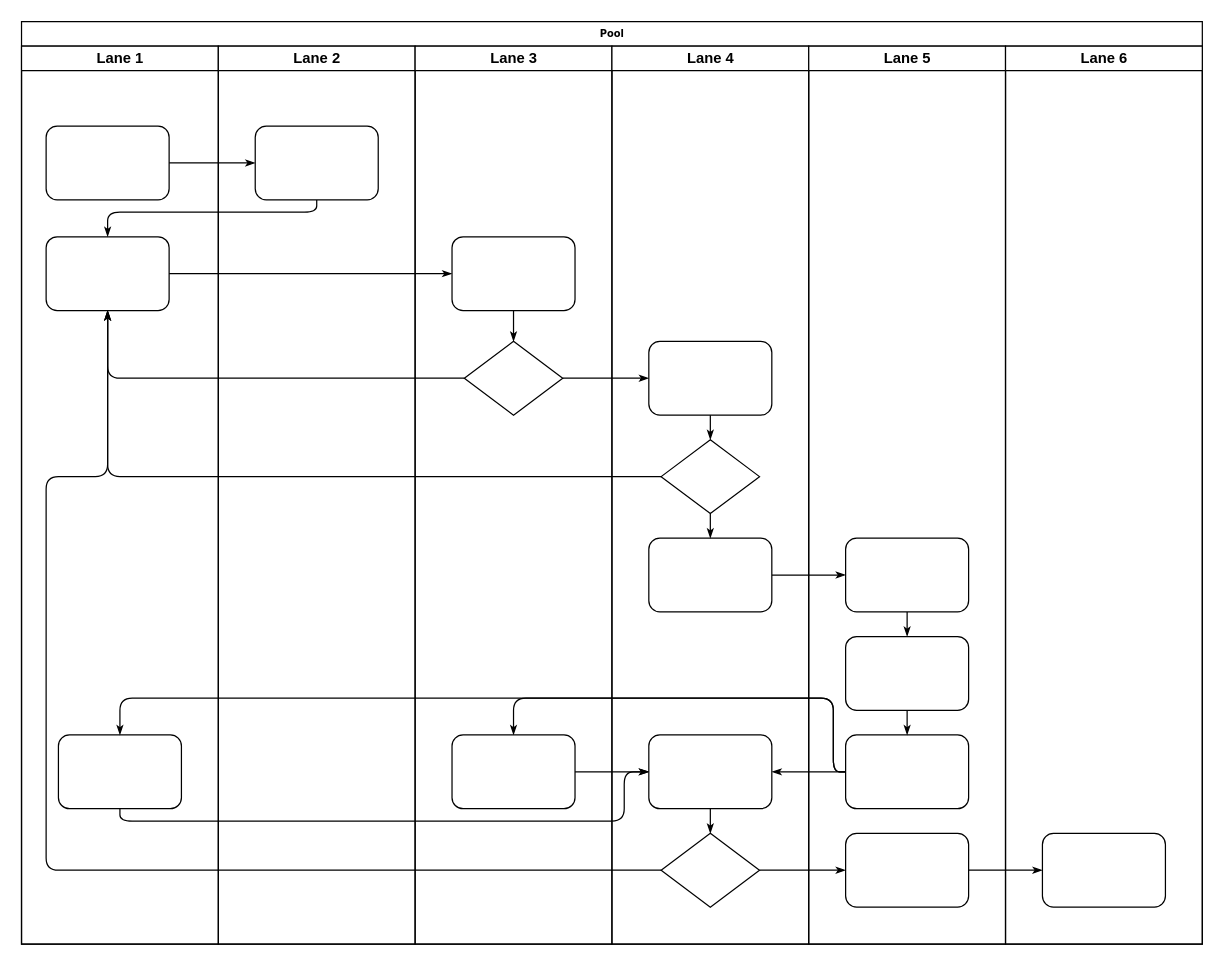
The draw.io diagram design/未命名表单.drawio in stephenYan/PPL, before the edit. Source tidied: cells renumbered, new cells numbered last; positions are measured from the earlier drawing's top-left corner, leaving out a move shared by most shapes. Both pictures are drawn from the tidied source at 123%, with x=0, y=0 at pixel (21, 21).
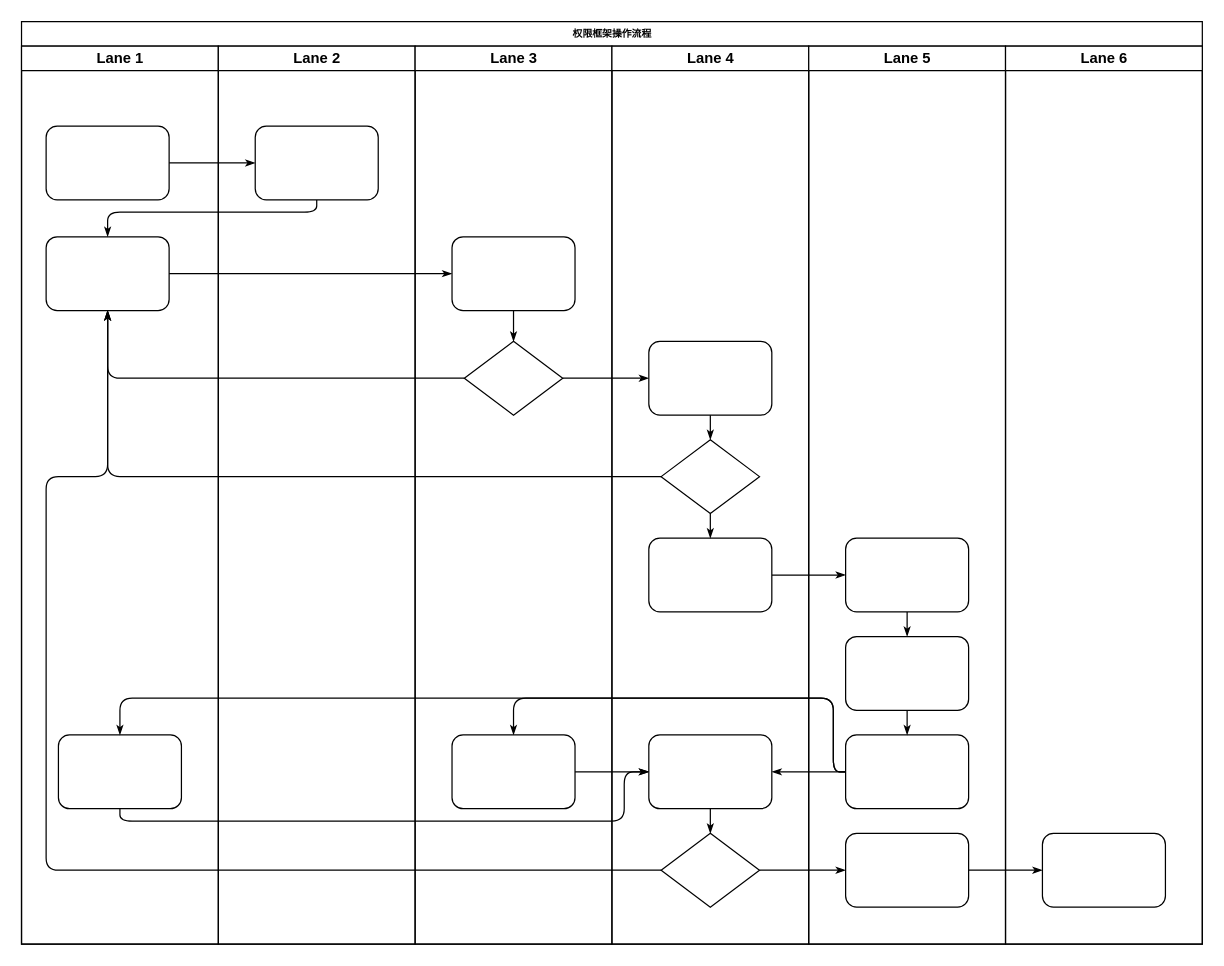
The same page after the edit.

Commit message:
更新未命名表单.drawio

Change to the diagram source:
```diff
@@
-    <mxCell id="2" value="Pool" style="swimlane;html=1;startSize=20;rounded=0;shadow=0;labelBackgroundColor=none;strokeColor=#000000;strokeWidth=1;fillColor=#ffffff;fontFamily=Verdana;fontSize=8;fontColor=#000000;align=center;" parent="1" vertex="1">
+    <mxCell id="2" value="权限框架操作流程" style="swimlane;html=1;startSize=20;rounded=0;shadow=0;labelBackgroundColor=none;strokeColor=#000000;strokeWidth=1;fillColor=#ffffff;fontFamily=Verdana;fontSize=8;fontColor=#000000;align=center;" parent="1" vertex="1">
       <mxGeometry width="960" height="750" as="geometry" />
     </mxCell>
```
